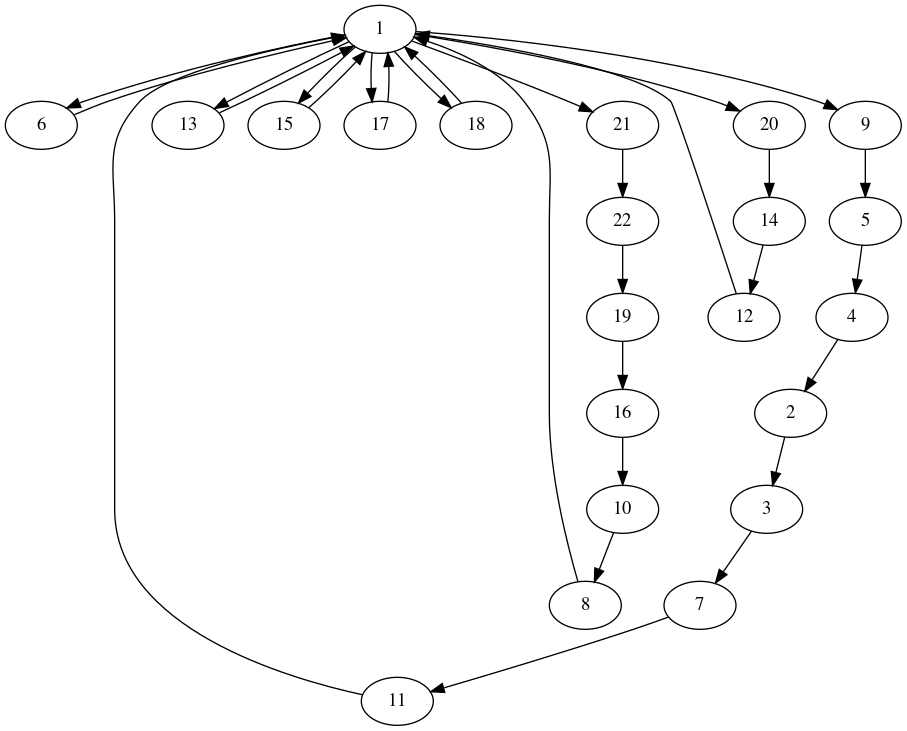
Qdake/Operationnelle_Recherche_CVRP_problem keeps this Graphviz diagram as cvrp.png. Above is the earlier version. Its source is kept beside it as cvrp.dot.
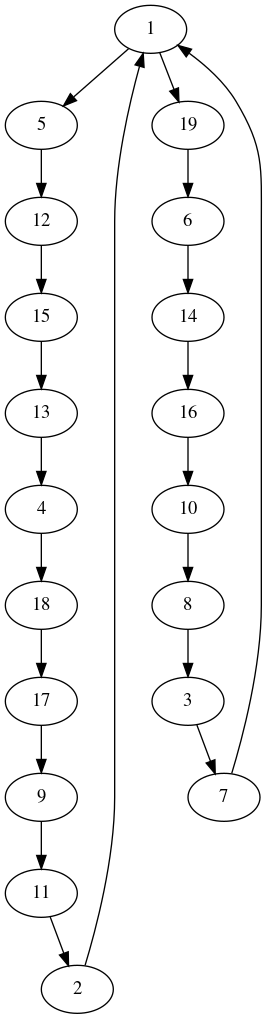
The same diagram one commit later.

Change to the diagram source:
```diff
@@ -18,7 +18,4 @@
 17;
 18;
 19;
-20;
-21;
-22;
-1->6;1->9;1->13;1->15;1->17;1->18;1->20;1->21;2->3;3->7;4->2;5->4;6->1;7->11;8->1;9->5;10->8;11->1;12->1;13->1;14->12;15->1;16->10;17->1;18->1;19->16;20->14;21->22;22->19;}
+1->5;1->19;2->1;3->7;4->18;5->12;6->14;7->1;8->3;9->11;10->8;11->2;12->15;13->4;14->16;15->13;16->10;17->9;18->17;19->6;}
```
